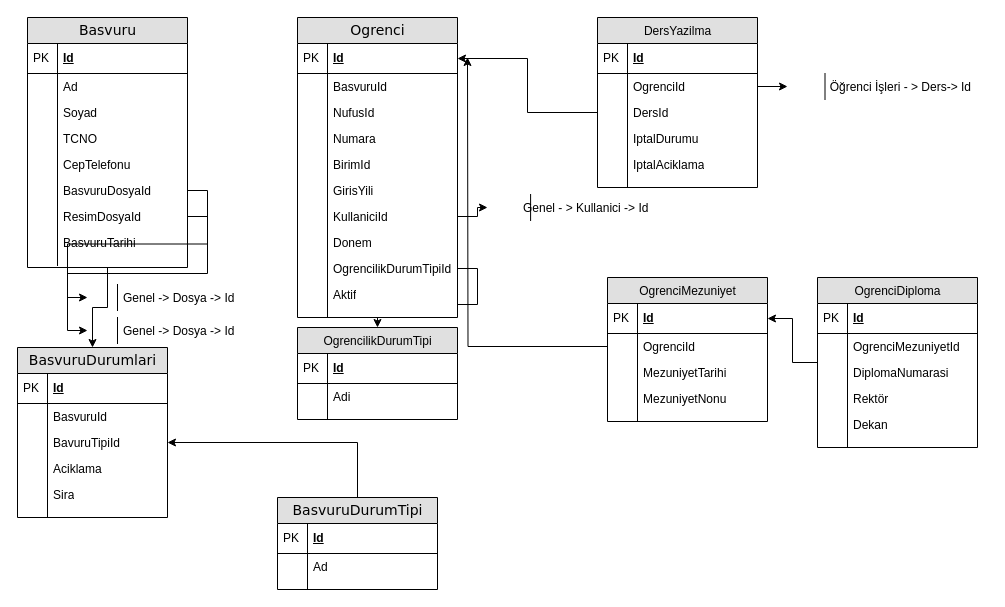
Above: page "Öğrenci" (4 of 9) of Kur 2/Veritabanı Diagrams.drawio in etuncay/kugim-gen-yazilimcilar-egitim-programi (draw.io), before the change. Source tidied: cells renumbered, new cells numbered last; positions are measured from the earlier drawing's top-left corner, leaving out a move shared by most shapes. Both pictures are drawn from the tidied source at 100%, with x=0, y=0 at pixel (17, 17).
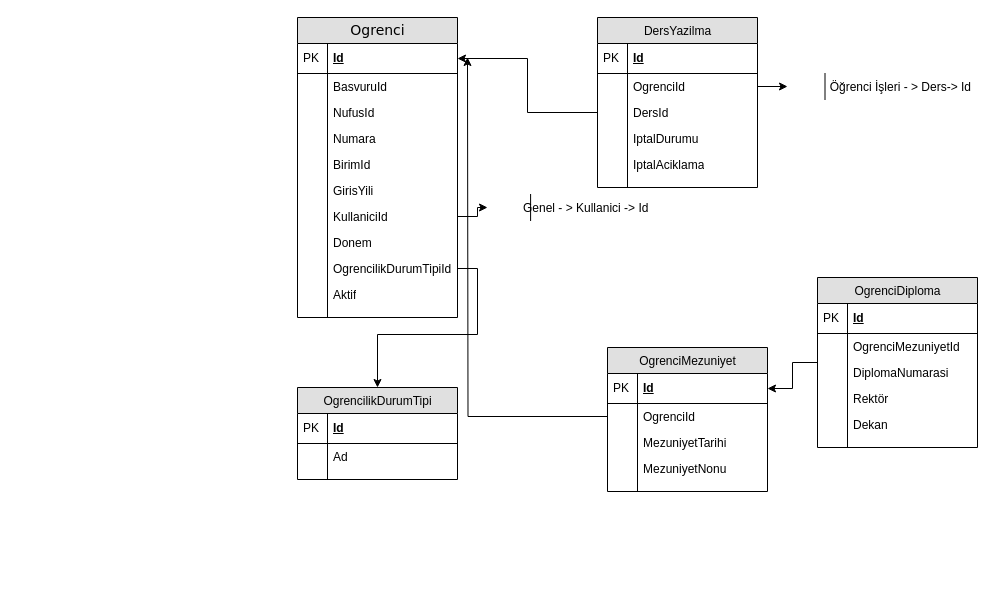
The same diagram, later.

What changed in the source:
```diff
@@
-    <mxCell id="2" style="edgeStyle=orthogonalEdgeStyle;rounded=0;jettySize=auto;html=1;" parent="1" edge="1" source="3" target="54">
-      <mxGeometry relative="1" as="geometry" />
+    <mxCell id="2" style="edgeStyle=orthogonalEdgeStyle;rounded=0;orthogonalLoop=1;jettySize=auto;html=1;" parent="1" edge="1">
+      <mxGeometry relative="1" as="geometry">
+        <mxPoint x="90" y="250" as="sourcePoint" />
+      </mxGeometry>
     </mxCell>
-    <mxCell id="3" value="Basvuru" style="swimlane;html=1;fontStyle=0;horizontal=1;startSize=26;fillColor=#e0e0e0;swimlaneFillColor=#ffffff;align=center;rounded=0;shadow=0;comic=0;labelBackgroundColor=none;strokeWidth=1;fontFamily=Verdana;fontSize=14;" parent="1" vertex="1">
-      <mxGeometry x="10" width="160" height="250" as="geometry" />
-    </mxCell>
-    <mxCell id="4" value="Id" style="shape=partialRectangle;top=0;left=0;right=0;bottom=1;html=1;align=left;verticalAlign=middle;fillColor=none;spacingLeft=34;spacingRight=4;whiteSpace=wrap;overflow=hidden;fontStyle=5;" parent="3" vertex="1">
-      <mxGeometry y="26" width="160" height="30" as="geometry" />
-    </mxCell>
-    <mxCell id="5" value="PK" style="shape=partialRectangle;top=0;left=0;bottom=0;html=1;fillColor=none;align=left;verticalAlign=middle;spacingLeft=4;spacingRight=4;whiteSpace=wrap;overflow=hidden;" parent="4" vertex="1">
-      <mxGeometry width="30" height="30" as="geometry" />
-    </mxCell>
-    <mxCell id="6" value="Ad" style="shape=partialRectangle;top=0;left=0;right=0;bottom=0;html=1;align=left;verticalAlign=top;fillColor=none;spacingLeft=34;spacingRight=4;whiteSpace=wrap;overflow=hidden;" parent="3" vertex="1">
-      <mxGeometry y="56" width="160" height="26" as="geometry" />
-    </mxCell>
-    <mxCell id="7" style="shape=partialRectangle;top=0;left=0;bottom=0;html=1;fillColor=none;align=left;verticalAlign=top;spacingLeft=4;spacingRight=4;whiteSpace=wrap;overflow=hidden;" parent="6" vertex="1">
-      <mxGeometry width="30" height="26" as="geometry" />
-    </mxCell>
-    <mxCell id="8" value="Soyad" style="shape=partialRectangle;top=0;left=0;right=0;bottom=0;html=1;align=left;verticalAlign=top;fillColor=none;spacingLeft=34;spacingRight=4;whiteSpace=wrap;overflow=hidden;" parent="3" vertex="1">
-      <mxGeometry y="82" width="160" height="26" as="geometry" />
-    </mxCell>
-    <mxCell id="9" style="shape=partialRectangle;top=0;left=0;bottom=0;html=1;fillColor=none;align=left;verticalAlign=top;spacingLeft=4;spacingRight=4;whiteSpace=wrap;overflow=hidden;" parent="8" vertex="1">
-      <mxGeometry width="30" height="26" as="geometry" />
-    </mxCell>
-    <mxCell id="10" value="TCNO" style="shape=partialRectangle;top=0;left=0;right=0;bottom=0;html=1;align=left;verticalAlign=top;fillColor=none;spacingLeft=34;spacingRight=4;whiteSpace=wrap;overflow=hidden;" parent="3" vertex="1">
-      <mxGeometry y="108" width="160" height="26" as="geometry" />
-    </mxCell>
-    <mxCell id="11" style="shape=partialRectangle;top=0;left=0;bottom=0;html=1;fillColor=none;align=left;verticalAlign=top;spacingLeft=4;spacingRight=4;whiteSpace=wrap;overflow=hidden;" parent="10" vertex="1">
-      <mxGeometry width="30" height="26" as="geometry" />
-    </mxCell>
-    <mxCell id="12" value="CepTelefonu" style="shape=partialRectangle;top=0;left=0;right=0;bottom=0;html=1;align=left;verticalAlign=top;fillColor=none;spacingLeft=34;spacingRight=4;whiteSpace=wrap;overflow=hidden;" parent="3" vertex="1">
-      <mxGeometry y="134" width="160" height="26" as="geometry" />
-    </mxCell>
-    <mxCell id="13" style="shape=partialRectangle;top=0;left=0;bottom=0;html=1;fillColor=none;align=left;verticalAlign=top;spacingLeft=4;spacingRight=4;whiteSpace=wrap;overflow=hidden;" parent="12" vertex="1">
-      <mxGeometry width="30" height="26" as="geometry" />
-    </mxCell>
-    <mxCell id="14" value="BasvuruDosyaId" style="shape=partialRectangle;top=0;left=0;right=0;bottom=0;html=1;align=left;verticalAlign=top;fillColor=none;spacingLeft=34;spacingRight=4;whiteSpace=wrap;overflow=hidden;points=[[0,0.5],[1,0.5]];portConstraint=eastwest;" parent="3" vertex="1">
-      <mxGeometry y="160" width="160" height="26" as="geometry" />
-    </mxCell>
-    <mxCell id="15" style="shape=partialRectangle;top=0;left=0;bottom=0;html=1;fillColor=none;align=left;verticalAlign=top;spacingLeft=4;spacingRight=4;whiteSpace=wrap;overflow=hidden;" parent="14" vertex="1">
-      <mxGeometry width="30" height="26" as="geometry" />
-    </mxCell>
-    <mxCell id="16" value="ResimDosyaId" style="shape=partialRectangle;top=0;left=0;right=0;bottom=0;html=1;align=left;verticalAlign=top;fillColor=none;spacingLeft=34;spacingRight=4;whiteSpace=wrap;overflow=hidden;points=[[0,0.5],[1,0.5]];portConstraint=eastwest;" parent="3" vertex="1">
-      <mxGeometry y="186" width="160" height="26" as="geometry" />
-    </mxCell>
-    <mxCell id="17" style="shape=partialRectangle;top=0;left=0;bottom=0;html=1;fillColor=none;align=left;verticalAlign=top;spacingLeft=4;spacingRight=4;whiteSpace=wrap;overflow=hidden;" parent="16" vertex="1">
-      <mxGeometry width="30" height="26" as="geometry" />
-    </mxCell>
-    <mxCell id="18" value="BasvuruTarihi" style="shape=partialRectangle;top=0;left=0;right=0;bottom=0;html=1;align=left;verticalAlign=top;fillColor=none;spacingLeft=34;spacingRight=4;whiteSpace=wrap;overflow=hidden;" parent="3" vertex="1">
-      <mxGeometry y="212" width="160" height="26" as="geometry" />
-    </mxCell>
-    <mxCell id="19" style="shape=partialRectangle;top=0;left=0;bottom=0;html=1;fillColor=none;align=left;verticalAlign=top;spacingLeft=4;spacingRight=4;whiteSpace=wrap;overflow=hidden;" parent="18" vertex="1">
-      <mxGeometry width="30" height="26" as="geometry" />
-    </mxCell>
-    <mxCell id="20" style="shape=partialRectangle;top=0;left=0;right=0;bottom=0;html=1;align=left;verticalAlign=top;fillColor=none;spacingLeft=34;spacingRight=4;whiteSpace=wrap;overflow=hidden;" parent="3" vertex="1">
-      <mxGeometry y="238" width="160" height="10" as="geometry" />
-    </mxCell>
-    <mxCell id="21" style="shape=partialRectangle;top=0;left=0;bottom=0;html=1;fillColor=none;align=left;verticalAlign=top;spacingLeft=4;spacingRight=4;whiteSpace=wrap;overflow=hidden;" parent="20" vertex="1">
-      <mxGeometry width="30" height="10" as="geometry" />
-    </mxCell>
@@
-    <mxCell id="46" style="edgeStyle=orthogonalEdgeStyle;rounded=0;jettySize=auto;html=1;entryX=1;entryY=0.5;entryDx=0;entryDy=0;" parent="1" edge="1" source="47" target="59">
-      <mxGeometry relative="1" as="geometry" />
+    <mxCell id="46" style="edgeStyle=orthogonalEdgeStyle;rounded=0;orthogonalLoop=1;jettySize=auto;html=1;entryX=1;entryY=0.5;entryDx=0;entryDy=0;" parent="1" edge="1">
+      <mxGeometry relative="1" as="geometry">
+        <mxPoint x="340" y="480" as="sourcePoint" />
+      </mxGeometry>
     </mxCell>
-    <mxCell id="47" value="BasvuruDurumTipi" style="swimlane;html=1;fontStyle=0;horizontal=1;startSize=26;fillColor=#e0e0e0;swimlaneFillColor=#ffffff;align=center;rounded=0;shadow=0;comic=0;labelBackgroundColor=none;strokeWidth=1;fontFamily=Verdana;fontSize=14;" parent="1" vertex="1">
-      <mxGeometry x="260" y="480" width="160" height="92" as="geometry" />
-    </mxCell>
-    <mxCell id="48" value="Id" style="shape=partialRectangle;top=0;left=0;right=0;bottom=1;html=1;align=left;verticalAlign=middle;fillColor=none;spacingLeft=34;spacingRight=4;whiteSpace=wrap;overflow=hidden;fontStyle=5;" parent="47" vertex="1">
-      <mxGeometry y="26" width="160" height="30" as="geometry" />
-    </mxCell>
-    <mxCell id="49" value="PK" style="shape=partialRectangle;top=0;left=0;bottom=0;html=1;fillColor=none;align=left;verticalAlign=middle;spacingLeft=4;spacingRight=4;whiteSpace=wrap;overflow=hidden;" parent="48" vertex="1">
-      <mxGeometry width="30" height="30" as="geometry" />
-    </mxCell>
-    <mxCell id="50" value="Ad" style="shape=partialRectangle;top=0;left=0;right=0;bottom=0;html=1;align=left;verticalAlign=top;fillColor=none;spacingLeft=34;spacingRight=4;whiteSpace=wrap;overflow=hidden;" parent="47" vertex="1">
-      <mxGeometry y="56" width="160" height="26" as="geometry" />
-    </mxCell>
-    <mxCell id="51" style="shape=partialRectangle;top=0;left=0;bottom=0;html=1;fillColor=none;align=left;verticalAlign=top;spacingLeft=4;spacingRight=4;whiteSpace=wrap;overflow=hidden;" parent="50" vertex="1">
-      <mxGeometry width="30" height="26" as="geometry" />
-    </mxCell>
-    <mxCell id="52" style="shape=partialRectangle;top=0;left=0;right=0;bottom=0;html=1;align=left;verticalAlign=top;fillColor=none;spacingLeft=34;spacingRight=4;whiteSpace=wrap;overflow=hidden;" parent="47" vertex="1">
-      <mxGeometry y="82" width="160" height="10" as="geometry" />
-    </mxCell>
-    <mxCell id="53" style="shape=partialRectangle;top=0;left=0;bottom=0;html=1;fillColor=none;align=left;verticalAlign=top;spacingLeft=4;spacingRight=4;whiteSpace=wrap;overflow=hidden;" parent="52" vertex="1">
-      <mxGeometry width="30" height="10" as="geometry" />
-    </mxCell>
-    <mxCell id="54" value="BasvuruDurumlari" style="swimlane;html=1;fontStyle=0;horizontal=1;startSize=26;fillColor=#e0e0e0;swimlaneFillColor=#ffffff;align=center;rounded=0;shadow=0;comic=0;labelBackgroundColor=none;strokeWidth=1;fontFamily=Verdana;fontSize=14;" parent="1" vertex="1">
-      <mxGeometry y="330" width="150" height="170" as="geometry" />
-    </mxCell>
-    <mxCell id="55" value="Id" style="shape=partialRectangle;top=0;left=0;right=0;bottom=1;html=1;align=left;verticalAlign=middle;fillColor=none;spacingLeft=34;spacingRight=4;whiteSpace=wrap;overflow=hidden;fontStyle=5;" parent="54" vertex="1">
-      <mxGeometry y="26" width="150" height="30" as="geometry" />
-    </mxCell>
-    <mxCell id="56" value="PK" style="shape=partialRectangle;top=0;left=0;bottom=0;html=1;fillColor=none;align=left;verticalAlign=middle;spacingLeft=4;spacingRight=4;whiteSpace=wrap;overflow=hidden;" parent="55" vertex="1">
-      <mxGeometry width="30" height="30" as="geometry" />
-    </mxCell>
-    <mxCell id="57" value="BasvuruId" style="shape=partialRectangle;top=0;left=0;right=0;bottom=0;html=1;align=left;verticalAlign=top;fillColor=none;spacingLeft=34;spacingRight=4;whiteSpace=wrap;overflow=hidden;" parent="54" vertex="1">
-      <mxGeometry y="56" width="150" height="26" as="geometry" />
-    </mxCell>
-    <mxCell id="58" style="shape=partialRectangle;top=0;left=0;bottom=0;html=1;fillColor=none;align=left;verticalAlign=top;spacingLeft=4;spacingRight=4;whiteSpace=wrap;overflow=hidden;" parent="57" vertex="1">
-      <mxGeometry width="30" height="26" as="geometry" />
-    </mxCell>
-    <mxCell id="59" value="BavuruTipiId" style="shape=partialRectangle;top=0;left=0;right=0;bottom=0;html=1;align=left;verticalAlign=top;fillColor=none;spacingLeft=34;spacingRight=4;whiteSpace=wrap;overflow=hidden;points=[[0,0.5],[1,0.5]];portConstraint=eastwest;" parent="54" vertex="1">
-      <mxGeometry y="82" width="150" height="26" as="geometry" />
-    </mxCell>
-    <mxCell id="60" style="shape=partialRectangle;top=0;left=0;bottom=0;html=1;fillColor=none;align=left;verticalAlign=top;spacingLeft=4;spacingRight=4;whiteSpace=wrap;overflow=hidden;" parent="59" vertex="1">
-      <mxGeometry width="30" height="26" as="geometry" />
-    </mxCell>
-    <mxCell id="61" value="Aciklama" style="shape=partialRectangle;top=0;left=0;right=0;bottom=0;html=1;align=left;verticalAlign=top;fillColor=none;spacingLeft=34;spacingRight=4;whiteSpace=wrap;overflow=hidden;" parent="54" vertex="1">
-      <mxGeometry y="108" width="150" height="26" as="geometry" />
-    </mxCell>
-    <mxCell id="62" style="shape=partialRectangle;top=0;left=0;bottom=0;html=1;fillColor=none;align=left;verticalAlign=top;spacingLeft=4;spacingRight=4;whiteSpace=wrap;overflow=hidden;" parent="61" vertex="1">
-      <mxGeometry width="30" height="26" as="geometry" />
-    </mxCell>
-    <mxCell id="63" value="Sira" style="shape=partialRectangle;top=0;left=0;right=0;bottom=0;html=1;align=left;verticalAlign=top;fillColor=none;spacingLeft=34;spacingRight=4;whiteSpace=wrap;overflow=hidden;" parent="54" vertex="1">
-      <mxGeometry y="134" width="150" height="26" as="geometry" />
-    </mxCell>
-    <mxCell id="64" style="shape=partialRectangle;top=0;left=0;bottom=0;html=1;fillColor=none;align=left;verticalAlign=top;spacingLeft=4;spacingRight=4;whiteSpace=wrap;overflow=hidden;" parent="63" vertex="1">
-      <mxGeometry width="30" height="26" as="geometry" />
-    </mxCell>
-    <mxCell id="65" style="shape=partialRectangle;top=0;left=0;right=0;bottom=0;html=1;align=left;verticalAlign=top;fillColor=none;spacingLeft=34;spacingRight=4;whiteSpace=wrap;overflow=hidden;" parent="54" vertex="1">
-      <mxGeometry y="160" width="150" height="10" as="geometry" />
-    </mxCell>
-    <mxCell id="66" style="shape=partialRectangle;top=0;left=0;bottom=0;html=1;fillColor=none;align=left;verticalAlign=top;spacingLeft=4;spacingRight=4;whiteSpace=wrap;overflow=hidden;" parent="65" vertex="1">
-      <mxGeometry width="30" height="10" as="geometry" />
-    </mxCell>
     <mxCell id="67" value="&lt;span style=&quot;font-family: &amp;#34;helvetica&amp;#34; ; font-size: 12px ; text-align: left&quot;&gt;OgrencilikDurumTipi&lt;/span&gt;" style="swimlane;html=1;fontStyle=0;horizontal=1;startSize=26;fillColor=#e0e0e0;swimlaneFillColor=#ffffff;align=center;rounded=0;shadow=0;comic=0;labelBackgroundColor=none;strokeWidth=1;fontFamily=Verdana;fontSize=14;" parent="1" vertex="1">
-      <mxGeometry x="280" y="310" width="160" height="92" as="geometry" />
+      <mxGeometry x="280" y="370" width="160" height="92" as="geometry" />
     </mxCell>
@@
-    <mxCell id="70" value="Adi" style="shape=partialRectangle;top=0;left=0;right=0;bottom=0;html=1;align=left;verticalAlign=top;fillColor=none;spacingLeft=34;spacingRight=4;whiteSpace=wrap;overflow=hidden;" parent="67" vertex="1">
+    <mxCell id="70" value="Ad" style="shape=partialRectangle;top=0;left=0;right=0;bottom=0;html=1;align=left;verticalAlign=top;fillColor=none;spacingLeft=34;spacingRight=4;whiteSpace=wrap;overflow=hidden;" parent="67" vertex="1">
       <mxGeometry y="56" width="160" height="26" as="geometry" />
     </mxCell>
@@
     <mxCell id="91" value="&lt;span style=&quot;font-family: &amp;#34;helvetica&amp;#34; ; font-size: 12px ; text-align: left&quot;&gt;OgrenciMezuniyet&lt;/span&gt;" style="swimlane;html=1;fontStyle=0;horizontal=1;startSize=26;fillColor=#e0e0e0;swimlaneFillColor=#ffffff;align=center;rounded=0;shadow=0;comic=0;labelBackgroundColor=none;strokeWidth=1;fontFamily=Verdana;fontSize=14;" parent="1" vertex="1">
-      <mxGeometry x="590" y="260" width="160" height="144" as="geometry" />
+      <mxGeometry x="590" y="330" width="160" height="144" as="geometry" />
     </mxCell>
@@
-    <mxCell id="120" value="Genel -&amp;gt; Dosya -&amp;gt; Id" style="shape=partialRectangle;top=0;left=0;right=0;bottom=0;html=1;align=left;verticalAlign=top;fillColor=none;spacingLeft=34;spacingRight=4;whiteSpace=wrap;overflow=hidden;points=[[0,0.5],[1,0.5]];portConstraint=eastwest;" parent="1" vertex="1">
-      <mxGeometry x="70" y="267" width="160" height="26" as="geometry" />
-    </mxCell>
-    <mxCell id="121" style="shape=partialRectangle;top=0;left=0;bottom=0;html=1;fillColor=none;align=left;verticalAlign=top;spacingLeft=4;spacingRight=4;whiteSpace=wrap;overflow=hidden;" parent="120" vertex="1">
-      <mxGeometry width="30" height="26" as="geometry" />
-    </mxCell>
-    <mxCell id="122" style="edgeStyle=orthogonalEdgeStyle;rounded=0;jettySize=auto;html=1;" parent="1" edge="1" source="14" target="120">
-      <mxGeometry relative="1" as="geometry" />
+    <mxCell id="122" style="edgeStyle=orthogonalEdgeStyle;rounded=0;orthogonalLoop=1;jettySize=auto;html=1;" parent="1" edge="1">
+      <mxGeometry relative="1" as="geometry">
+        <mxPoint x="170" y="173" as="sourcePoint" />
+      </mxGeometry>
     </mxCell>
-    <mxCell id="123" value="Genel -&amp;gt; Dosya -&amp;gt; Id" style="shape=partialRectangle;top=0;left=0;right=0;bottom=0;html=1;align=left;verticalAlign=top;fillColor=none;spacingLeft=34;spacingRight=4;whiteSpace=wrap;overflow=hidden;points=[[0,0.5],[1,0.5]];portConstraint=eastwest;" parent="1" vertex="1">
-      <mxGeometry x="70" y="300" width="160" height="26" as="geometry" />
-    </mxCell>
-    <mxCell id="124" style="shape=partialRectangle;top=0;left=0;bottom=0;html=1;fillColor=none;align=left;verticalAlign=top;spacingLeft=4;spacingRight=4;whiteSpace=wrap;overflow=hidden;" parent="123" vertex="1">
-      <mxGeometry width="30" height="26" as="geometry" />
-    </mxCell>
-    <mxCell id="125" style="edgeStyle=orthogonalEdgeStyle;rounded=0;jettySize=auto;html=1;" parent="1" edge="1" source="16" target="123">
-      <mxGeometry relative="1" as="geometry" />
-    </mxCell>
```
